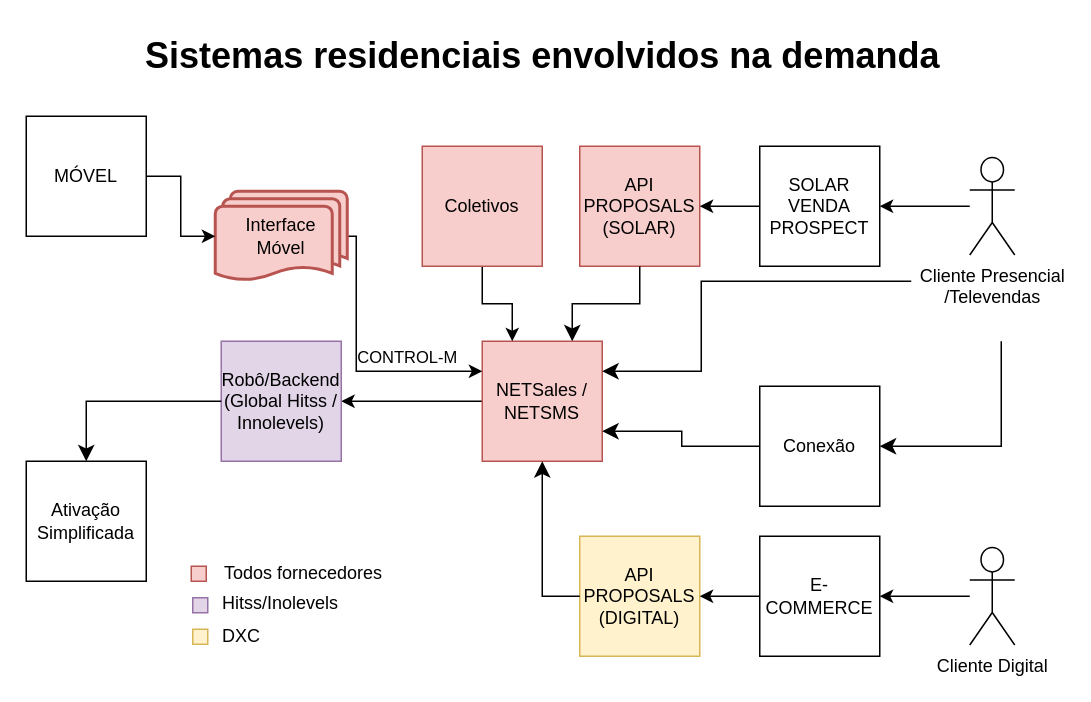
Above: page "Sistemas Alto Nível" (1 of 4) of 5GSA v2.drawio in samirali/ClaroBrasil (draw.io), before the change. Source tidied: cells renumbered, new cells numbered last; positions are measured from the earlier drawing's top-left corner, leaving out a move shared by most shapes. Both pictures are drawn from the tidied source at 150%, with x=0, y=0 at pixel (26, 26).
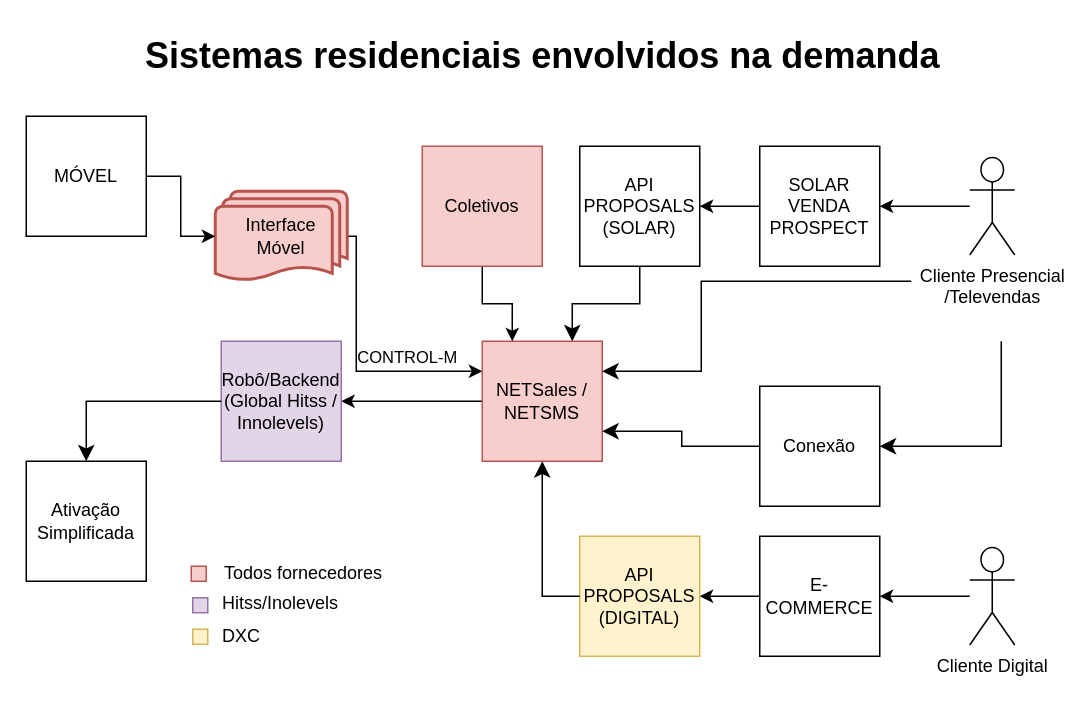
The same page after the edit.

The edit, as a diff of the source:
```diff
@@
-    <mxCell id="6" value="API PROPOSALS (SOLAR)" style="whiteSpace=wrap;html=1;fillColor=#f8cecc;strokeColor=#b85450;" parent="1" vertex="1">
+    <mxCell id="6" value="API PROPOSALS (SOLAR)" style="whiteSpace=wrap;html=1;" parent="1" vertex="1">
       <mxGeometry x="369" y="80" width="80" height="80" as="geometry" />
     </mxCell>
```
